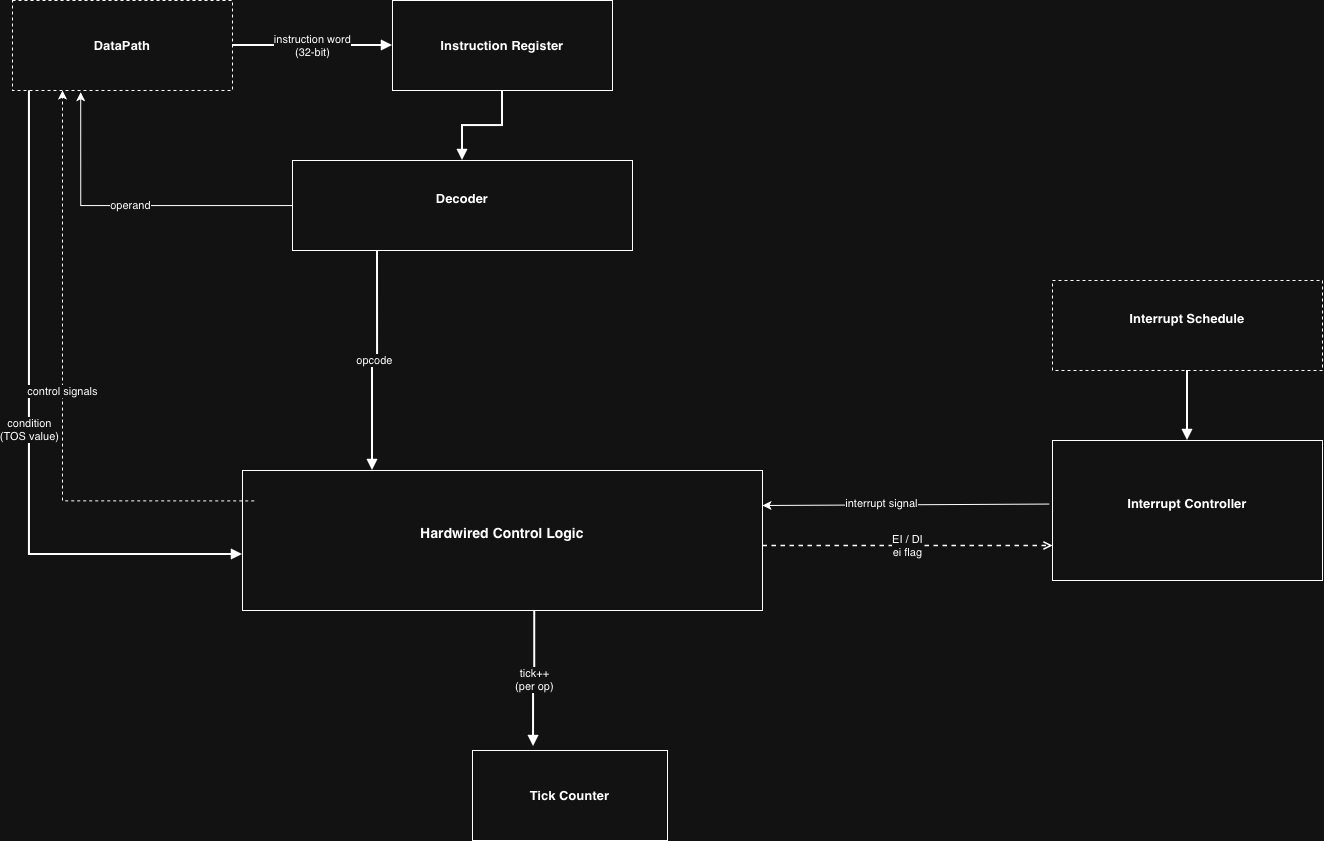
This is scheme/cu4.png from acrighthere/csa-lab4, a draw.io export, as it was before one commit. Source tidied: cells renumbered, new cells last; positions are measured from the earlier drawing's top-left corner, leaving out a move shared by most shapes.
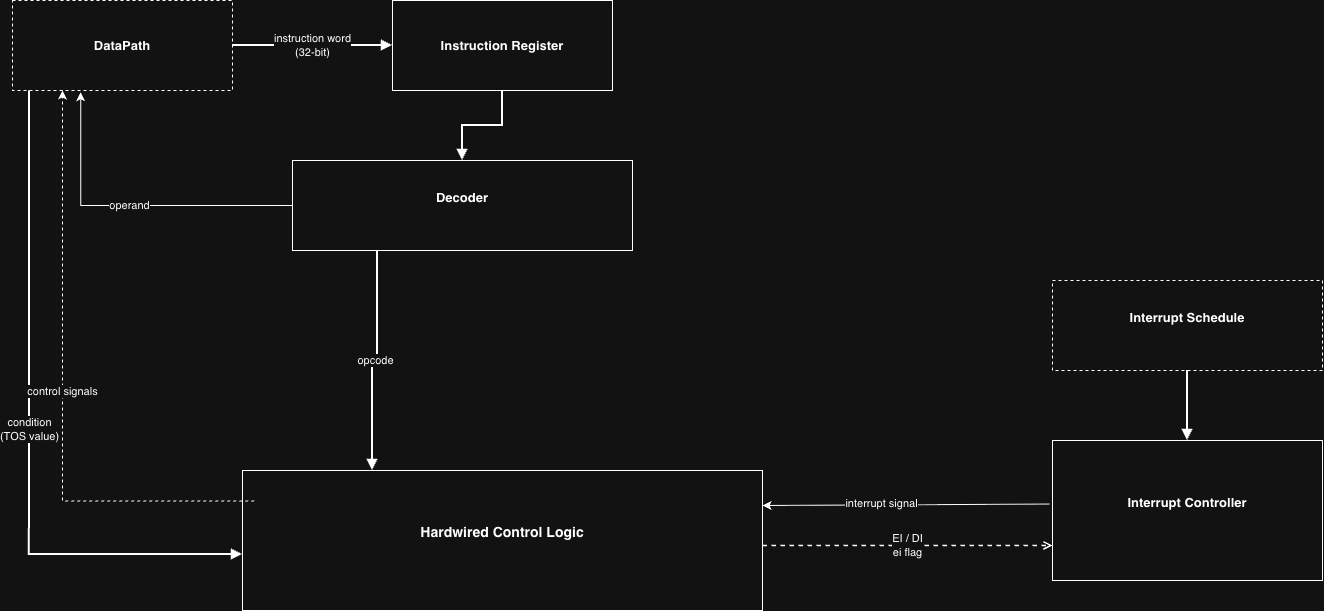
Later version of the same file.

Commit message:
little scheme changes

The edit, as a diff of the source:
```diff
@@ -14,9 +14,6 @@
     <mxCell id="5" value="Hardwired Control Logic&lt;div&gt;&lt;br/&gt;&lt;/div&gt;" style="rounded=0;whiteSpace=wrap;html=1;fontSize=14;fontStyle=1;align=center;verticalAlign=middle;" parent="1" vertex="1">
       <mxGeometry x="230" y="470" width="520" height="140" as="geometry" />
     </mxCell>
-    <mxCell id="6" value="Tick Counter" style="rounded=0;whiteSpace=wrap;html=1;fontSize=13;fontStyle=1;align=center;verticalAlign=middle;" parent="1" vertex="1">
-      <mxGeometry x="460" y="750" width="195" height="90" as="geometry" />
-    </mxCell>
     <mxCell id="7" value="Interrupt Controller&lt;div&gt;&lt;br/&gt;&lt;/div&gt;" style="rounded=0;whiteSpace=wrap;html=1;fontSize=13;fontStyle=1;align=center;verticalAlign=middle;" parent="1" vertex="1">
       <mxGeometry x="1040" y="440" width="270" height="140" as="geometry" />
     </mxCell>
@@ -35,9 +32,6 @@
     <mxCell id="12" value="opcode" style="edgeStyle=orthogonalEdgeStyle;rounded=0;html=1;endArrow=block;endFill=1;strokeWidth=2;jumpStyle=arc;exitX=0.25;exitY=1;exitDx=0;exitDy=0;entryX=0.25;entryY=0;entryDx=0;entryDy=0;" parent="1" edge="1" source="4" target="5">
       <mxGeometry relative="1" as="geometry" />
     </mxCell>
-    <mxCell id="13" value="tick++&#10;(per op)" style="edgeStyle=orthogonalEdgeStyle;rounded=0;html=1;endArrow=block;endFill=1;strokeWidth=2;jumpStyle=arc;exitX=0.562;exitY=1.007;exitDx=0;exitDy=0;entryX=0.313;entryY=-0.044;entryDx=0;entryDy=0;exitPerimeter=0;entryPerimeter=0;" parent="1" edge="1" source="5" target="6">
-      <mxGeometry relative="1" as="geometry" />
-    </mxCell>
     <mxCell id="14" style="edgeStyle=orthogonalEdgeStyle;rounded=0;html=1;endArrow=block;endFill=1;strokeWidth=2;jumpStyle=arc;exitX=0.5;exitY=1;exitDx=0;exitDy=0;entryX=0.5;entryY=0;entryDx=0;entryDy=0;" parent="1" edge="1" source="9" target="7">
       <mxGeometry relative="1" as="geometry" />
     </mxCell>
```
